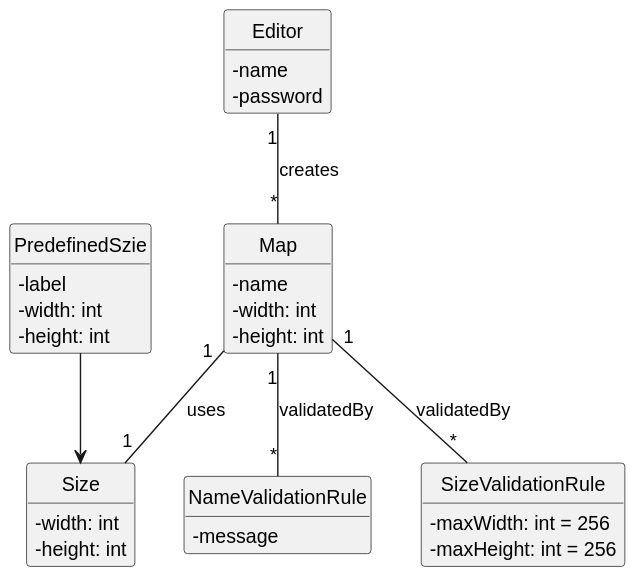
The PlantUML diagram docs/sprint3/us001/02.analysis/svg/us001-domain-model.svg in ivasduarte/all-aboard, before a commit.
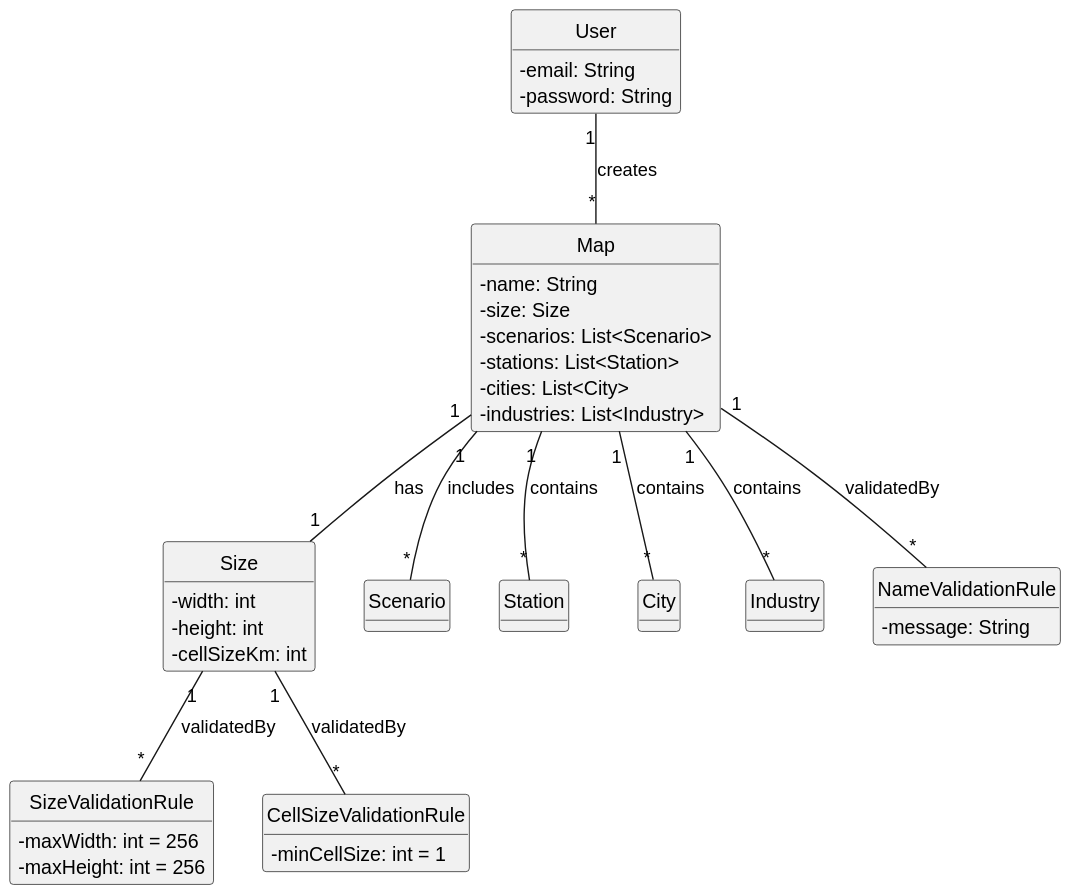
After the change.

Diff of the diagram source:
```diff
@@ -8,29 +8,27 @@
 hide methods
 
 class Map {
-    - name
-    - width: int
-    - height: int
-}
-
-class Editor{
-    - name
-    - password
+    - name: String
+    - size: Size
+    - scenarios: List<Scenario>
+    - stations: List<Station>
+    - cities: List<City>
+    - industries: List<Industry>
 }
 
 class Size {
     - width: int
     - height: int
+    - cellSizeKm: int
 }
 
-class PredefinedSzie {
-    - label
-    - width: int
-    - height: int
-}
+class Scenario
+class Station
+class City
+class Industry
 
 class NameValidationRule {
-    - message
+    - message: String
 }
 
 class SizeValidationRule {
@@ -38,9 +36,23 @@
     - maxHeight: int = 256
 }
 
-Editor "1" -- "*" Map : creates
-Map "1" -- "1" Size : uses
+class CellSizeValidationRule {
+    - minCellSize: int = 1
+}
+
+class User {
+    - email: String
+    - password: String
+}
+
+User "1" -- "*" Map : creates
+Map "1" -- "1" Size : has
+Map "1" -- "*" Scenario : includes
+Map "1" -- "*" Station : contains
+Map "1" -- "*" City : contains
+Map "1" -- "*" Industry : contains
+
 Map "1" -- "*" NameValidationRule : validatedBy
-Map "1" -- "*" SizeValidationRule : validatedBy
-PredefinedSzie --> Size
+Size "1" -- "*" SizeValidationRule : validatedBy
+Size "1" -- "*" CellSizeValidationRule : validatedBy
 @enduml
```
